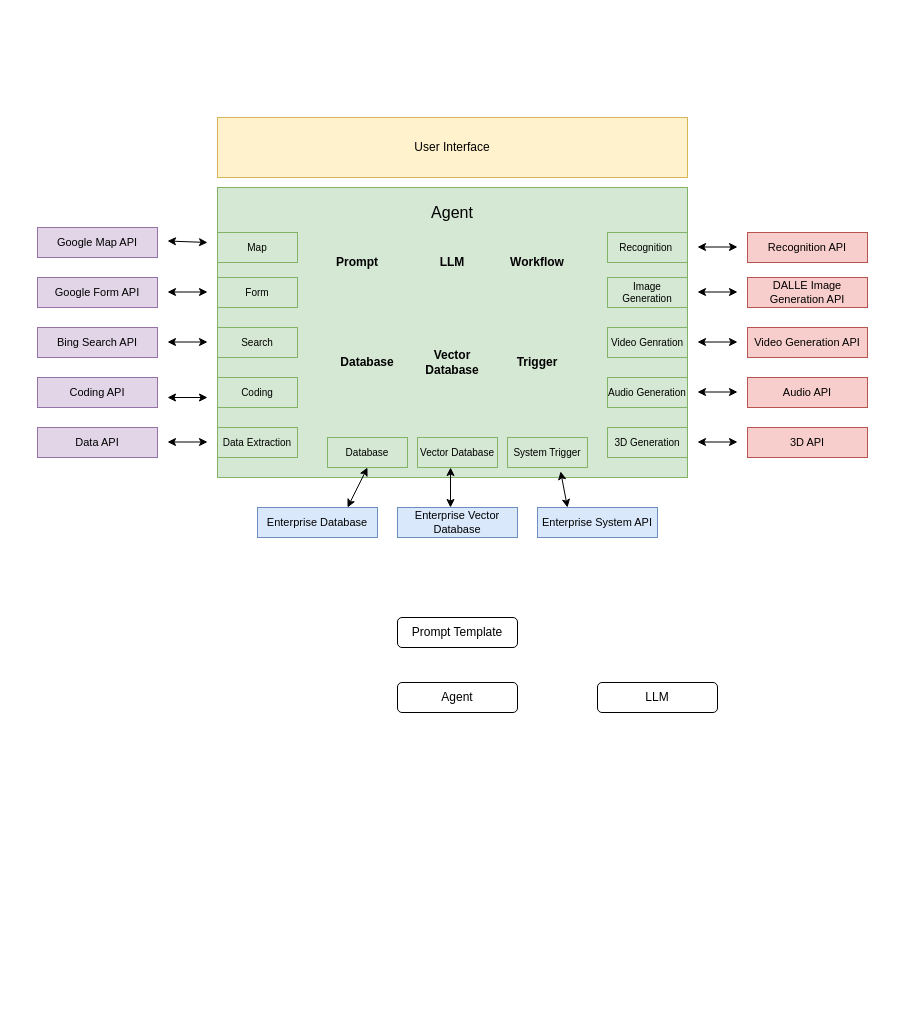
Earlier version of the draw.io diagram What is AI Agent .drawio (jiaying425/AI-Product-Management-). Source tidied: cells renumbered, new cells numbered last; positions are measured from the earlier drawing's top-left corner, leaving out a move shared by most shapes. Both pictures are drawn from the tidied source at 100%, with x=0, y=0 at pixel (37, 117).
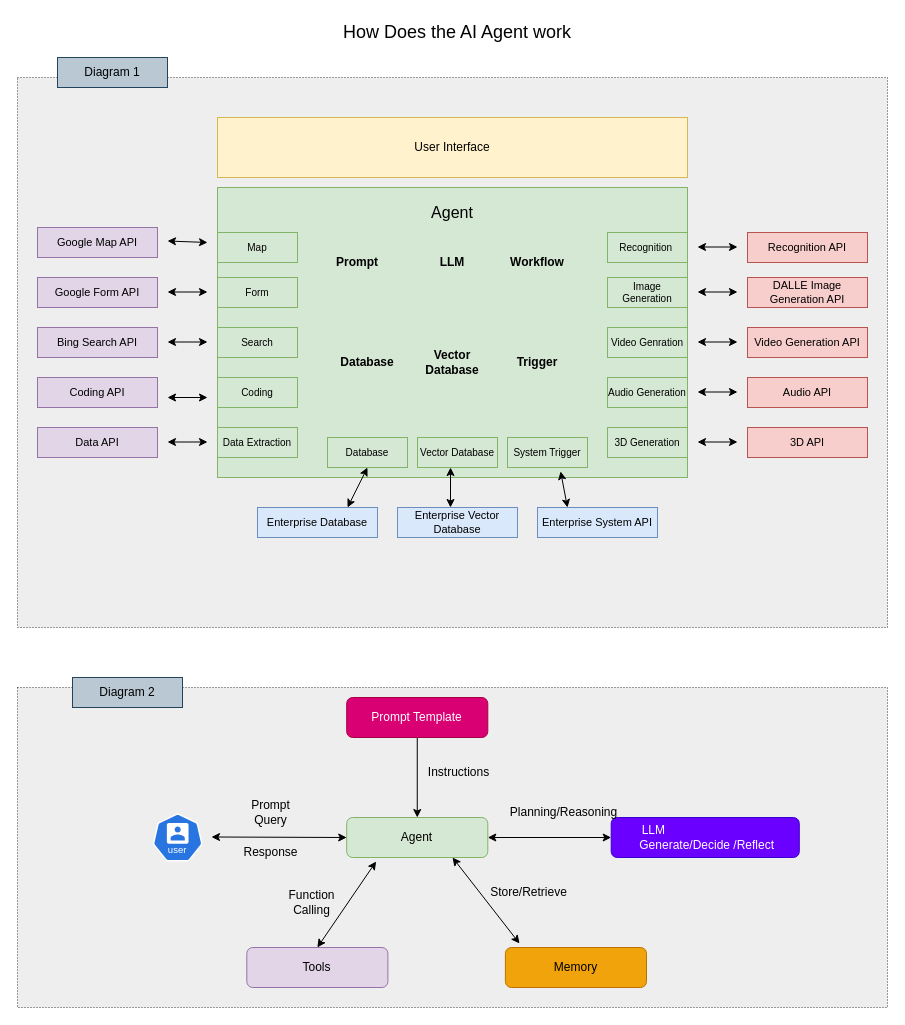
Above is the later version.

Change to the diagram source:
```diff
@@
+    <mxCell id="54" style="rounded=0;whiteSpace=wrap;html=1;fillColor=#eeeeee;strokeColor=#36393d;dashed=1;dashPattern=1 2;" parent="1" vertex="1">
+      <mxGeometry x="-20" y="-40" width="870" height="550" as="geometry" />
+    </mxCell>
@@
+    <mxCell id="55" value="How Does the AI Agent work" style="text;html=1;align=center;verticalAlign=middle;whiteSpace=wrap;rounded=0;fontSize=18;" parent="1" vertex="1">
+      <mxGeometry x="145" y="-100" width="550" height="30" as="geometry" />
+    </mxCell>
+    <mxCell id="56" value="Diagram 1" style="rounded=0;whiteSpace=wrap;html=1;fillColor=#bac8d3;strokeColor=#23445d;" parent="1" vertex="1">
+      <mxGeometry x="20" y="-60" width="110" height="30" as="geometry" />
+    </mxCell>
+    <mxCell id="57" style="group;fillColor=#eeeeee;strokeColor=#36393d;dashed=1;dashPattern=1 2;" parent="1" vertex="1">
+      <mxGeometry x="-20" y="570" width="870" height="320" as="geometry" />
+    </mxCell>
-    <mxCell id="51" value="Agent" style="rounded=1;whiteSpace=wrap;html=1;" parent="1" vertex="1">
-      <mxGeometry x="360" y="565" width="120" height="30" as="geometry" />
+    <mxCell id="51" value="Agent" style="rounded=1;whiteSpace=wrap;html=1;fillColor=#d5e8d4;strokeColor=#82b366;" parent="57" vertex="1">
+      <mxGeometry x="329.2" y="130" width="141.1" height="40" as="geometry" />
     </mxCell>
+    <mxCell id="58" style="edgeStyle=orthogonalEdgeStyle;rounded=0;jettySize=auto;html=1;" parent="57" edge="1" source="52" target="51">
+      <mxGeometry relative="1" as="geometry" />
+    </mxCell>
-    <mxCell id="52" value="Prompt Template" style="rounded=1;whiteSpace=wrap;html=1;" parent="1" vertex="1">
-      <mxGeometry x="360" y="500" width="120" height="30" as="geometry" />
+    <mxCell id="52" value="Prompt Template" style="rounded=1;whiteSpace=wrap;html=1;fillColor=#d80073;fontColor=#ffffff;strokeColor=#A50040;" parent="57" vertex="1">
+      <mxGeometry x="329.2" y="10" width="141.1" height="40" as="geometry" />
     </mxCell>
-    <mxCell id="53" value="LLM" style="rounded=1;whiteSpace=wrap;html=1;" parent="1" vertex="1">
-      <mxGeometry x="560" y="565" width="120" height="30" as="geometry" />
+    <mxCell id="53" value="&lt;div align=&quot;center&quot;&gt;LLM&amp;nbsp; &amp;nbsp; &amp;nbsp; &amp;nbsp; &amp;nbsp; &amp;nbsp; &amp;nbsp; &amp;nbsp; &amp;nbsp; &amp;nbsp; &amp;nbsp; &amp;nbsp; &amp;nbsp; &amp;nbsp; &amp;nbsp; &amp;nbsp; &amp;nbsp;Generate/Decide /Reflect&lt;/div&gt;" style="rounded=1;whiteSpace=wrap;html=1;fillColor=#6a00ff;fontColor=#ffffff;strokeColor=#3700CC;align=center;" parent="57" vertex="1">
+      <mxGeometry x="593.7" y="130" width="188.1" height="40" as="geometry" />
     </mxCell>
+    <mxCell id="59" value="Memory" style="rounded=1;whiteSpace=wrap;html=1;fillColor=#f0a30a;fontColor=#000000;strokeColor=#BD7000;" parent="57" vertex="1">
+      <mxGeometry x="487.9" y="260" width="141.1" height="40" as="geometry" />
+    </mxCell>
+    <mxCell id="60" value="Tools" style="rounded=1;whiteSpace=wrap;html=1;fillColor=#e1d5e7;strokeColor=#9673a6;" parent="57" vertex="1">
+      <mxGeometry x="229.3" y="260" width="141.1" height="40" as="geometry" />
+    </mxCell>
+    <mxCell id="61" value="Instructions" style="text;html=1;align=center;verticalAlign=middle;whiteSpace=wrap;rounded=0;" parent="57" vertex="1">
+      <mxGeometry x="405.6" y="70" width="70.5" height="30" as="geometry" />
+    </mxCell>
+    <mxCell id="62" style="endArrow=classic;startArrow=classic;html=1;rounded=0;entryX=0;entryY=0.5;entryDx=0;entryDy=0;exitX=1;exitY=0.5;exitDx=0;exitDy=0;" parent="57" edge="1" source="51" target="53">
+      <mxGeometry relative="1" as="geometry" />
+    </mxCell>
+    <mxCell id="63" value="Planning/Reasoning" style="text;html=1;align=center;verticalAlign=middle;whiteSpace=wrap;rounded=0;" parent="57" vertex="1">
+      <mxGeometry x="511.4" y="110" width="70.5" height="30" as="geometry" />
+    </mxCell>
+    <mxCell id="64" style="endArrow=classic;startArrow=classic;html=1;rounded=0;entryX=0.1;entryY=-0.1;entryDx=0;entryDy=0;entryPerimeter=0;exitX=0.75;exitY=1;exitDx=0;exitDy=0;" parent="57" edge="1" source="51" target="59">
+      <mxGeometry relative="1" as="geometry" />
+    </mxCell>
+    <mxCell id="65" value="Store/Retrieve" style="text;html=1;align=center;verticalAlign=middle;whiteSpace=wrap;rounded=0;" parent="57" vertex="1">
+      <mxGeometry x="476.1" y="190" width="70.5" height="30" as="geometry" />
+    </mxCell>
+    <mxCell id="66" style="endArrow=classic;startArrow=classic;html=1;rounded=0;entryX=0.5;entryY=0;entryDx=0;entryDy=0;" parent="57" edge="1" target="60">
+      <mxGeometry relative="1" as="geometry">
+        <mxPoint x="358.6" y="174" as="sourcePoint" />
+      </mxGeometry>
+    </mxCell>
+    <mxCell id="67" style="sketch=0;html=1;dashed=0;whitespace=wrap;verticalLabelPosition=bottom;verticalAlign=top;fillColor=#2875E2;strokeColor=#ffffff;shape=mxgraph.kubernetes.icon2;kubernetesLabel=1;prIcon=user;" parent="57" vertex="1">
+      <mxGeometry x="135.2" y="126" width="50" height="48" as="geometry" />
+    </mxCell>
+    <mxCell id="68" value="Prompt Query" style="text;html=1;align=center;verticalAlign=middle;whiteSpace=wrap;rounded=0;" parent="57" vertex="1">
+      <mxGeometry x="217.5" y="110" width="70.5" height="30" as="geometry" />
+    </mxCell>
+    <mxCell id="69" value="Function Calling" style="text;html=1;align=center;verticalAlign=middle;whiteSpace=wrap;rounded=0;" parent="57" vertex="1">
+      <mxGeometry x="258.6" y="200" width="70.5" height="30" as="geometry" />
+    </mxCell>
+    <mxCell id="70" style="endArrow=classic;startArrow=classic;html=1;rounded=0;entryX=0;entryY=0.5;entryDx=0;entryDy=0;" parent="57" edge="1" target="51">
+      <mxGeometry relative="1" as="geometry">
+        <mxPoint x="194" y="149.5" as="sourcePoint" />
+      </mxGeometry>
+    </mxCell>
+    <mxCell id="71" value="Response" style="text;html=1;align=center;verticalAlign=middle;whiteSpace=wrap;rounded=0;" parent="57" vertex="1">
+      <mxGeometry x="217.5" y="150" width="70.5" height="30" as="geometry" />
+    </mxCell>
+    <mxCell id="72" value="Diagram 2" style="rounded=0;whiteSpace=wrap;html=1;fillColor=#bac8d3;strokeColor=#23445d;" parent="1" vertex="1">
+      <mxGeometry x="35" y="560" width="110" height="30" as="geometry" />
+    </mxCell>
```
